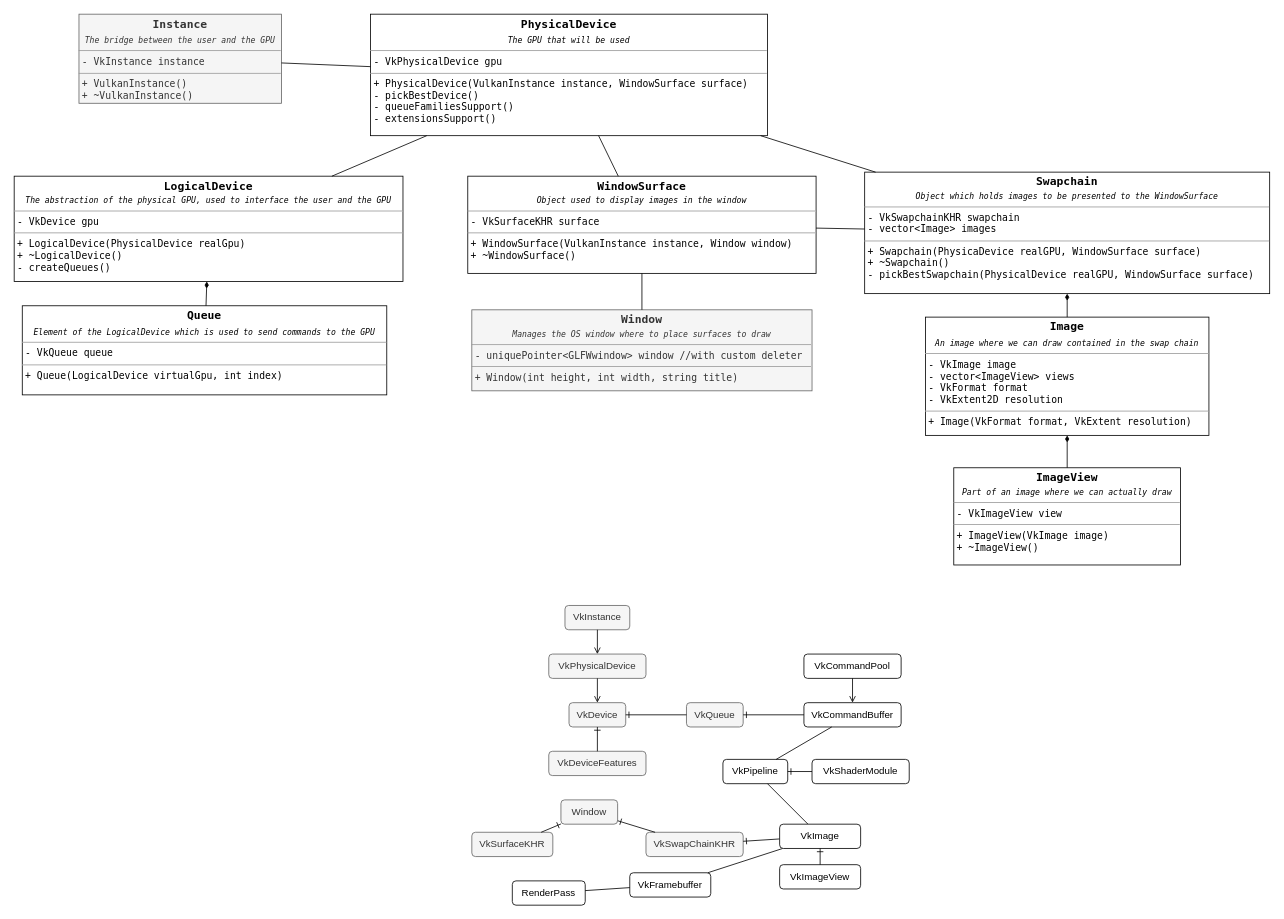
Earlier version of the draw.io diagram docs/vulkan_code_organization.drawio (Lapo9/vOOlkan). Source tidied: cells renumbered, new cells numbered last; positions are measured from the earlier drawing's top-left corner, leaving out a move shared by most shapes. Both pictures are drawn from the tidied source at 81%, with x=0, y=0 at pixel (14, 14).
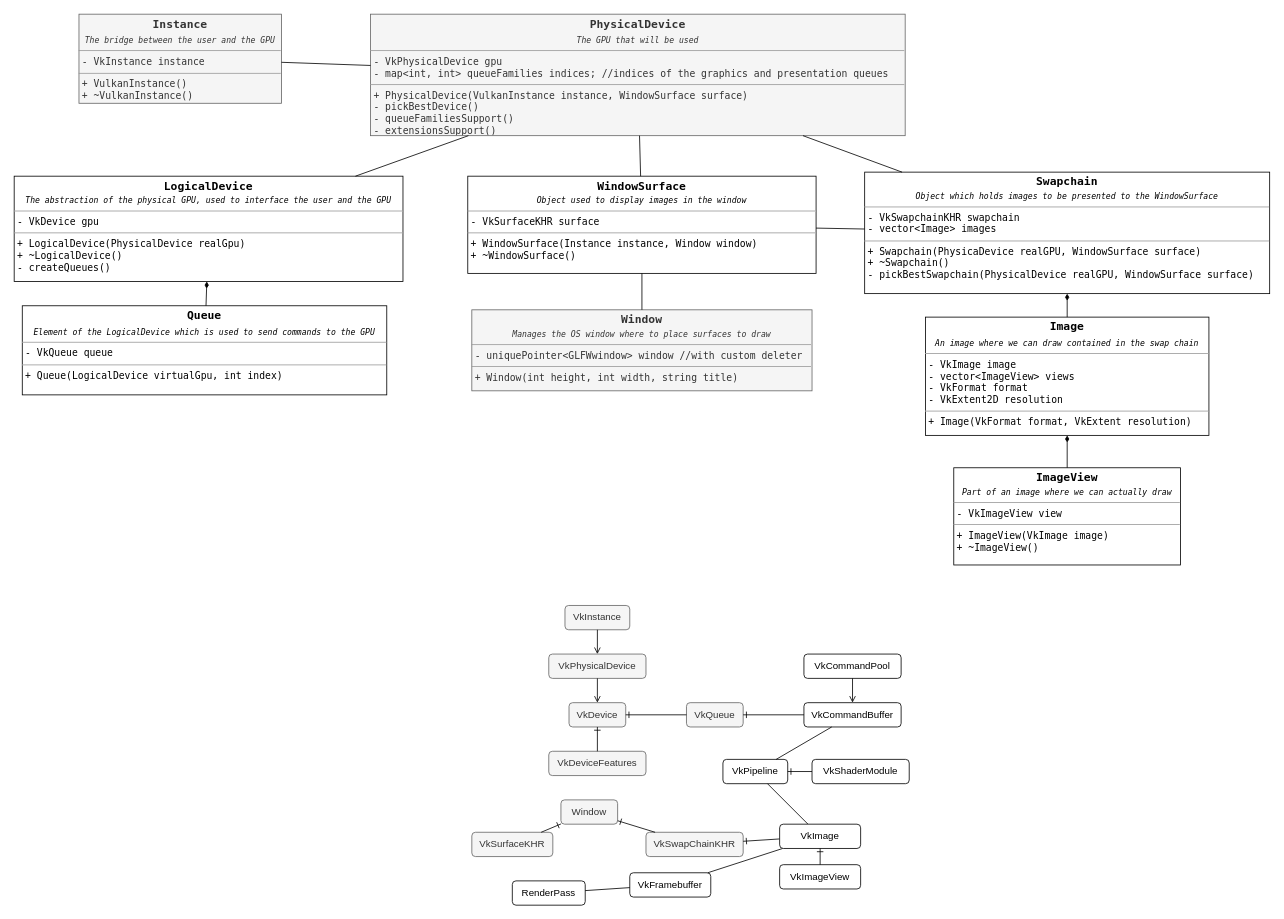
The same diagram, later.

Commit message (it also covers changes not shown here):
PhysicalDevice (almost) finished + first draft of LogicalDevice

Change to the diagram source:
```diff
@@
-    <mxCell id="36" value="&lt;p style=&quot;margin:0px;margin-top:4px;text-align:center;&quot;&gt;&lt;span style=&quot;background-color: initial; font-size: 14px;&quot;&gt;&lt;b&gt;PhysicalDevice&lt;/b&gt;&lt;/span&gt;&lt;/p&gt;&lt;p style=&quot;margin:0px;margin-top:4px;text-align:center;&quot;&gt;&lt;i style=&quot;background-color: initial; font-size: 10px;&quot;&gt;The GPU that will be used&lt;/i&gt;&lt;br&gt;&lt;/p&gt;&lt;hr size=&quot;1&quot;&gt;&lt;p style=&quot;margin:0px;margin-left:4px;&quot;&gt;- VkPhysicalDevice gpu&lt;br&gt;&lt;/p&gt;&lt;hr size=&quot;1&quot;&gt;&lt;p style=&quot;margin:0px;margin-left:4px;&quot;&gt;+ PhysicalDevice(VulkanInstance instance, WindowSurface surface)&lt;/p&gt;&lt;p style=&quot;margin:0px;margin-left:4px;&quot;&gt;- pickBestDevice()&lt;br&gt;- queueFamiliesSupport()&lt;/p&gt;&lt;p style=&quot;margin:0px;margin-left:4px;&quot;&gt;- extensionsSupport()&lt;/p&gt;" style="verticalAlign=top;align=left;overflow=fill;fontSize=12;fontFamily=Lucida Console;html=1;" parent="1" vertex="1">
-      <mxGeometry x="440" width="490" height="150" as="geometry" />
+    <mxCell id="36" value="&lt;p style=&quot;margin:0px;margin-top:4px;text-align:center;&quot;&gt;&lt;span style=&quot;background-color: initial; font-size: 14px;&quot;&gt;&lt;b&gt;PhysicalDevice&lt;/b&gt;&lt;/span&gt;&lt;/p&gt;&lt;p style=&quot;margin:0px;margin-top:4px;text-align:center;&quot;&gt;&lt;i style=&quot;background-color: initial; font-size: 10px;&quot;&gt;The GPU that will be used&lt;/i&gt;&lt;br&gt;&lt;/p&gt;&lt;hr size=&quot;1&quot;&gt;&lt;p style=&quot;margin:0px;margin-left:4px;&quot;&gt;- VkPhysicalDevice gpu&lt;br&gt;&lt;/p&gt;&lt;p style=&quot;margin:0px;margin-left:4px;&quot;&gt;- map&amp;lt;int, int&amp;gt; queueFamilies indices; //indices of the graphics and presentation queues&lt;/p&gt;&lt;hr size=&quot;1&quot;&gt;&lt;p style=&quot;margin:0px;margin-left:4px;&quot;&gt;+ PhysicalDevice(VulkanInstance instance, WindowSurface surface)&lt;/p&gt;&lt;p style=&quot;margin:0px;margin-left:4px;&quot;&gt;- pickBestDevice()&lt;br&gt;- queueFamiliesSupport()&lt;/p&gt;&lt;p style=&quot;margin:0px;margin-left:4px;&quot;&gt;- extensionsSupport()&lt;/p&gt;" style="verticalAlign=top;align=left;overflow=fill;fontSize=12;fontFamily=Lucida Console;html=1;fillColor=#f5f5f5;fontColor=#333333;strokeColor=#666666;" parent="1" vertex="1">
+      <mxGeometry x="440" width="660" height="150" as="geometry" />
     </mxCell>
@@
-    <mxCell id="41" value="&lt;p style=&quot;margin:0px;margin-top:4px;text-align:center;&quot;&gt;&lt;b&gt;&lt;font style=&quot;font-size: 14px;&quot;&gt;WindowSurface&lt;/font&gt;&lt;/b&gt;&lt;/p&gt;&lt;p style=&quot;margin: 4px 0px 0px; text-align: center; font-size: 10px;&quot;&gt;&lt;i&gt;Object used to display images in the window&lt;/i&gt;&lt;/p&gt;&lt;hr size=&quot;1&quot;&gt;&lt;p style=&quot;margin:0px;margin-left:4px;&quot;&gt;- VkSurfaceKHR surface&lt;br&gt;&lt;/p&gt;&lt;hr size=&quot;1&quot;&gt;&lt;p style=&quot;margin:0px;margin-left:4px;&quot;&gt;+ WindowSurface(VulkanInstance instance, Window window)&lt;br&gt;&lt;/p&gt;&lt;p style=&quot;margin:0px;margin-left:4px;&quot;&gt;+ ~WindowSurface()&lt;/p&gt;" style="verticalAlign=top;align=left;overflow=fill;fontSize=12;fontFamily=Lucida Console;html=1;" parent="1" vertex="1">
+    <mxCell id="41" value="&lt;p style=&quot;margin:0px;margin-top:4px;text-align:center;&quot;&gt;&lt;b&gt;&lt;font style=&quot;font-size: 14px;&quot;&gt;WindowSurface&lt;/font&gt;&lt;/b&gt;&lt;/p&gt;&lt;p style=&quot;margin: 4px 0px 0px; text-align: center; font-size: 10px;&quot;&gt;&lt;i&gt;Object used to display images in the window&lt;/i&gt;&lt;/p&gt;&lt;hr size=&quot;1&quot;&gt;&lt;p style=&quot;margin:0px;margin-left:4px;&quot;&gt;- VkSurfaceKHR surface&lt;br&gt;&lt;/p&gt;&lt;hr size=&quot;1&quot;&gt;&lt;p style=&quot;margin:0px;margin-left:4px;&quot;&gt;+ WindowSurface(Instance instance, Window window)&lt;br&gt;&lt;/p&gt;&lt;p style=&quot;margin:0px;margin-left:4px;&quot;&gt;+ ~WindowSurface()&lt;/p&gt;" style="verticalAlign=top;align=left;overflow=fill;fontSize=12;fontFamily=Lucida Console;html=1;" parent="1" vertex="1">
       <mxGeometry x="560" y="200" width="430" height="120" as="geometry" />
     </mxCell>
```
